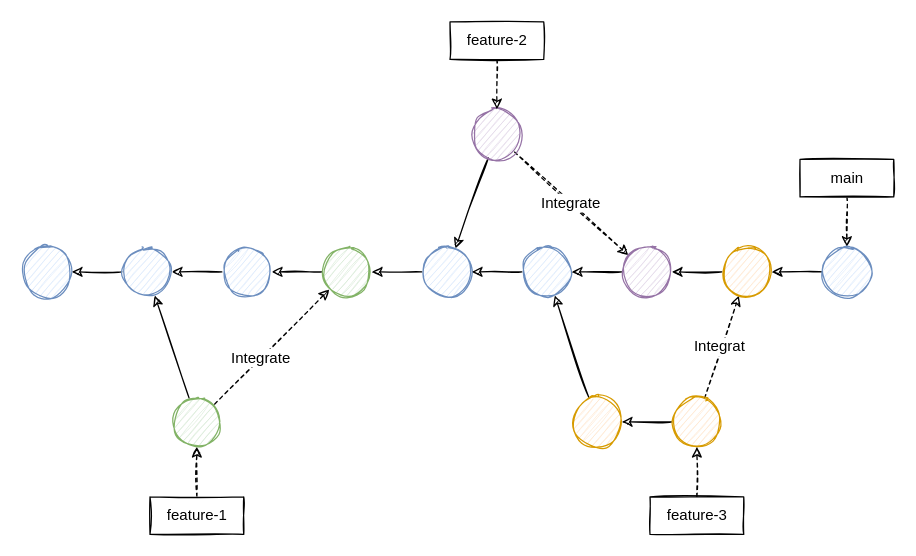
This is page "feature-branches" (26 of 26) of git-101.drawio from mbloms/academy-git-101-backwards, a draw.io file, before an edit. Source tidied: cells renumbered, new cells numbered last; positions are measured from the earlier drawing's top-left corner, leaving out a move shared by most shapes. Both pictures are drawn from the tidied source at 125%, with x=0, y=0 at pixel (21, 21).
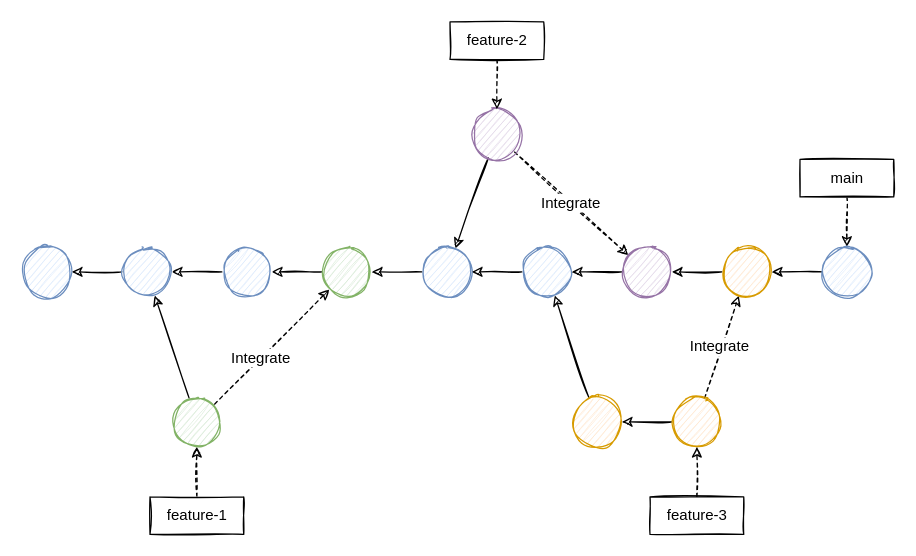
After the change.

Commit message (it also covers changes not shown here):
Finish collaboration, edit undoing, add more diagrams

The change refers to these unchanged cells:
```xml
<mxCell id="26" style="edgeStyle=none;rounded=0;sketch=1;jettySize=auto;html=1;startArrow=none;startFill=0;strokeWidth=1;fontSize=12;fontColor=#000000;dashed=1;" parent="1" edge="1" source="28" target="32">
  <mxGeometry relative="1" as="geometry" />
</mxCell>
```

Diff of the diagram source:
```diff
@@
-    <mxCell id="27" value="Integrat" style="edgeLabel;html=1;align=center;verticalAlign=middle;fontSize=12;fontColor=#000000;" parent="26" vertex="1">
+    <mxCell id="27" value="Integrate" style="edgeLabel;html=1;align=center;verticalAlign=middle;fontSize=12;fontColor=#000000;" parent="26" vertex="1">
       <mxGeometry y="2" relative="1" as="geometry" />
     </mxCell>
```
